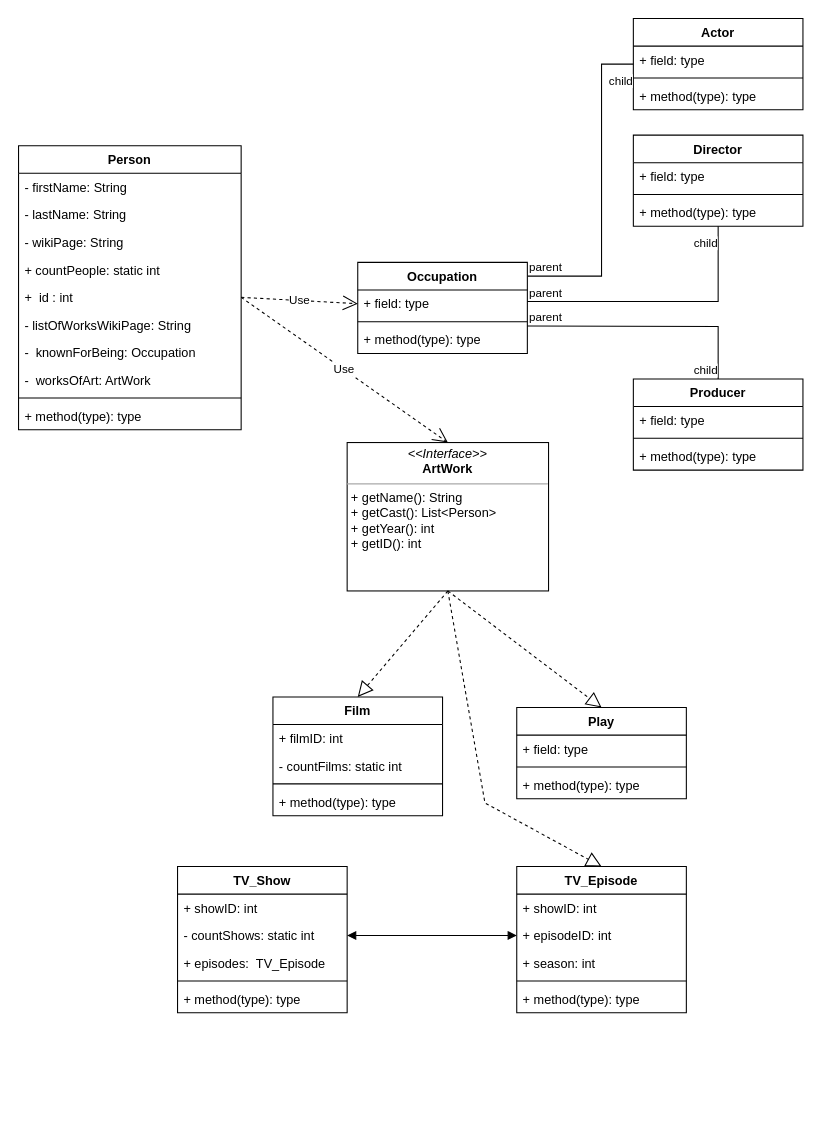
Earlier version of the draw.io diagram page "Page-2" (2 of 2) of UML Diagram.drawio (oliverjamarie/ArtCredit). Source tidied: cells renumbered, new cells numbered last; positions are measured from the earlier drawing's top-left corner, leaving out a move shared by most shapes. Both pictures are drawn from the tidied source at 106%, with x=0, y=0 at pixel (18, 18).
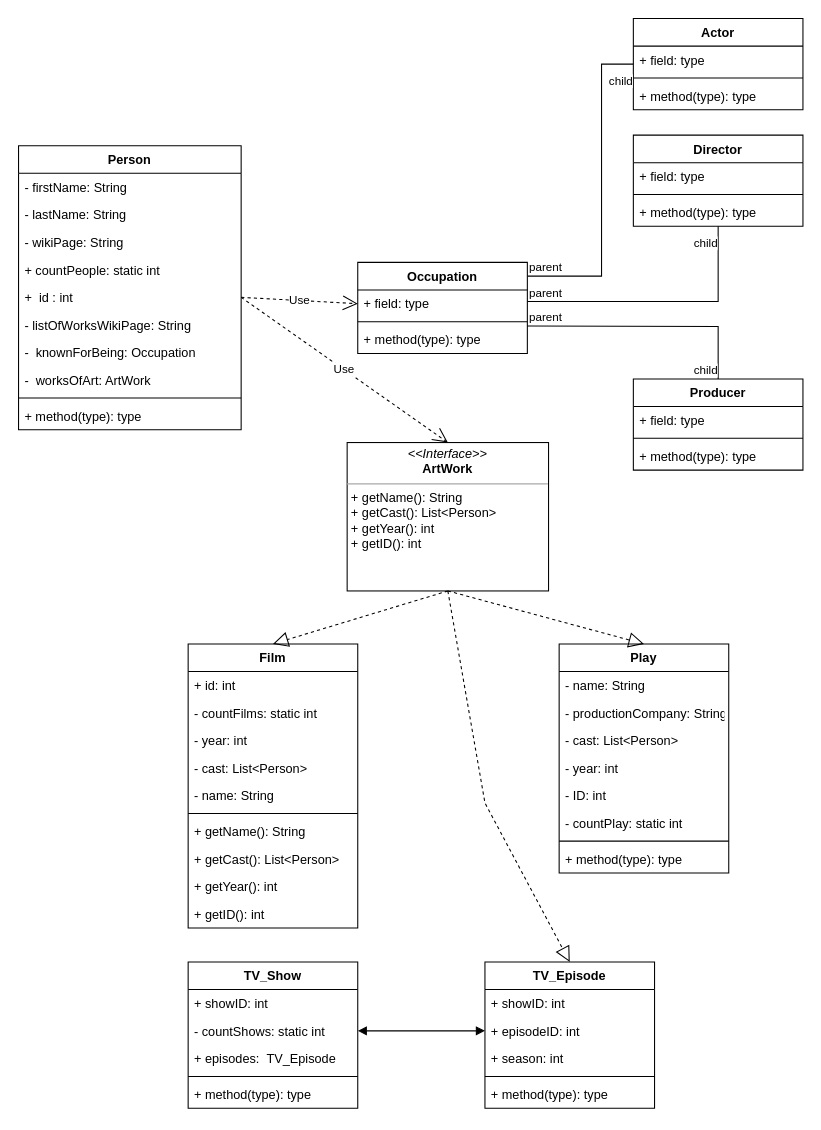
The same diagram, later.

What changed in the source:
```diff
@@
     <mxCell id="32" value="Film" style="swimlane;fontStyle=1;align=center;verticalAlign=top;horizontal=1;startSize=26;" parent="1" vertex="1">
-      <mxGeometry x="240" y="640" width="160" height="112" as="geometry" />
+      <mxGeometry x="160" y="590" width="160" height="268" as="geometry" />
     </mxCell>
-    <mxCell id="33" value="+ filmID: int" style="text;strokeColor=none;fillColor=none;align=left;verticalAlign=top;spacingLeft=4;spacingRight=4;overflow=hidden;" parent="32" vertex="1">
+    <mxCell id="33" value="+ id: int" style="text;strokeColor=none;fillColor=none;align=left;verticalAlign=top;spacingLeft=4;spacingRight=4;overflow=hidden;" parent="32" vertex="1">
       <mxGeometry y="26" width="160" height="26" as="geometry" />
     </mxCell>
@@
+    <mxCell id="66" value="- year: int" style="text;strokeColor=none;fillColor=none;align=left;verticalAlign=top;spacingLeft=4;spacingRight=4;overflow=hidden;" parent="32" vertex="1">
+      <mxGeometry y="78" width="160" height="26" as="geometry" />
+    </mxCell>
+    <mxCell id="67" value="- cast: List&lt;Person&gt;" style="text;strokeColor=none;fillColor=none;align=left;verticalAlign=top;spacingLeft=4;spacingRight=4;overflow=hidden;" parent="32" vertex="1">
+      <mxGeometry y="104" width="160" height="26" as="geometry" />
+    </mxCell>
+    <mxCell id="68" value="- name: String" style="text;strokeColor=none;fillColor=none;align=left;verticalAlign=top;spacingLeft=4;spacingRight=4;overflow=hidden;" parent="32" vertex="1">
+      <mxGeometry y="130" width="160" height="26" as="geometry" />
+    </mxCell>
     <mxCell id="35" style="line;strokeWidth=1;fillColor=none;align=left;verticalAlign=middle;spacingTop=-1;spacingLeft=3;spacingRight=3;labelPosition=right;" parent="32" vertex="1">
-      <mxGeometry y="78" width="160" height="8" as="geometry" />
+      <mxGeometry y="156" width="160" height="8" as="geometry" />
     </mxCell>
-    <mxCell id="36" value="+ method(type): type" style="text;strokeColor=none;fillColor=none;align=left;verticalAlign=top;spacingLeft=4;spacingRight=4;overflow=hidden;" parent="32" vertex="1">
-      <mxGeometry y="86" width="160" height="26" as="geometry" />
+    <mxCell id="36" value="+ getName(): String" style="text;strokeColor=none;fillColor=none;align=left;verticalAlign=top;spacingLeft=4;spacingRight=4;overflow=hidden;" parent="32" vertex="1">
+      <mxGeometry y="164" width="160" height="26" as="geometry" />
     </mxCell>
+    <mxCell id="69" value="+ getCast(): List&lt;Person&gt;" style="text;strokeColor=none;fillColor=none;align=left;verticalAlign=top;spacingLeft=4;spacingRight=4;overflow=hidden;" parent="32" vertex="1">
+      <mxGeometry y="190" width="160" height="26" as="geometry" />
+    </mxCell>
+    <mxCell id="70" value="+ getYear(): int" style="text;strokeColor=none;fillColor=none;align=left;verticalAlign=top;spacingLeft=4;spacingRight=4;overflow=hidden;" parent="32" vertex="1">
+      <mxGeometry y="216" width="160" height="26" as="geometry" />
+    </mxCell>
+    <mxCell id="71" value="+ getID(): int" style="text;strokeColor=none;fillColor=none;align=left;verticalAlign=top;spacingLeft=4;spacingRight=4;overflow=hidden;" parent="32" vertex="1">
+      <mxGeometry y="242" width="160" height="26" as="geometry" />
+    </mxCell>
     <mxCell id="37" value="Play" style="swimlane;fontStyle=1;align=center;verticalAlign=top;horizontal=1;startSize=26;" parent="1" vertex="1">
-      <mxGeometry x="470" y="650" width="160" height="86" as="geometry" />
+      <mxGeometry x="510" y="590" width="160" height="216" as="geometry" />
     </mxCell>
-    <mxCell id="38" value="+ field: type" style="text;strokeColor=none;fillColor=none;align=left;verticalAlign=top;spacingLeft=4;spacingRight=4;overflow=hidden;" parent="37" vertex="1">
+    <mxCell id="38" value="- name: String" style="text;strokeColor=none;fillColor=none;align=left;verticalAlign=top;spacingLeft=4;spacingRight=4;overflow=hidden;" parent="37" vertex="1">
       <mxGeometry y="26" width="160" height="26" as="geometry" />
     </mxCell>
+    <mxCell id="72" value="- productionCompany: String" style="text;strokeColor=none;fillColor=none;align=left;verticalAlign=top;spacingLeft=4;spacingRight=4;overflow=hidden;" parent="37" vertex="1">
+      <mxGeometry y="52" width="160" height="26" as="geometry" />
+    </mxCell>
+    <mxCell id="73" value="- cast: List&lt;Person&gt;" style="text;strokeColor=none;fillColor=none;align=left;verticalAlign=top;spacingLeft=4;spacingRight=4;overflow=hidden;" parent="37" vertex="1">
+      <mxGeometry y="78" width="160" height="26" as="geometry" />
+    </mxCell>
+    <mxCell id="74" value="- year: int" style="text;strokeColor=none;fillColor=none;align=left;verticalAlign=top;spacingLeft=4;spacingRight=4;overflow=hidden;" parent="37" vertex="1">
+      <mxGeometry y="104" width="160" height="26" as="geometry" />
+    </mxCell>
+    <mxCell id="75" value="- ID: int" style="text;strokeColor=none;fillColor=none;align=left;verticalAlign=top;spacingLeft=4;spacingRight=4;overflow=hidden;" parent="37" vertex="1">
+      <mxGeometry y="130" width="160" height="26" as="geometry" />
+    </mxCell>
+    <mxCell id="76" value="- countPlay: static int" style="text;strokeColor=none;fillColor=none;align=left;verticalAlign=top;spacingLeft=4;spacingRight=4;overflow=hidden;" parent="37" vertex="1">
+      <mxGeometry y="156" width="160" height="26" as="geometry" />
+    </mxCell>
     <mxCell id="39" style="line;strokeWidth=1;fillColor=none;align=left;verticalAlign=middle;spacingTop=-1;spacingLeft=3;spacingRight=3;labelPosition=right;" parent="37" vertex="1">
-      <mxGeometry y="52" width="160" height="8" as="geometry" />
+      <mxGeometry y="182" width="160" height="8" as="geometry" />
     </mxCell>
     <mxCell id="40" value="+ method(type): type" style="text;strokeColor=none;fillColor=none;align=left;verticalAlign=top;spacingLeft=4;spacingRight=4;overflow=hidden;" parent="37" vertex="1">
-      <mxGeometry y="60" width="160" height="26" as="geometry" />
+      <mxGeometry y="190" width="160" height="26" as="geometry" />
     </mxCell>
     <mxCell id="41" value="TV_Show" style="swimlane;fontStyle=1;align=center;verticalAlign=top;horizontal=1;startSize=26;" parent="1" vertex="1">
-      <mxGeometry x="150" y="800" width="160" height="138" as="geometry" />
+      <mxGeometry x="160" y="890" width="160" height="138" as="geometry" />
     </mxCell>
@@
     <mxCell id="47" value="TV_Episode" style="swimlane;fontStyle=1;align=center;verticalAlign=top;horizontal=1;startSize=26;" parent="1" vertex="1">
-      <mxGeometry x="470" y="800" width="160" height="138" as="geometry" />
+      <mxGeometry x="440" y="890" width="160" height="138" as="geometry" />
     </mxCell>
```
